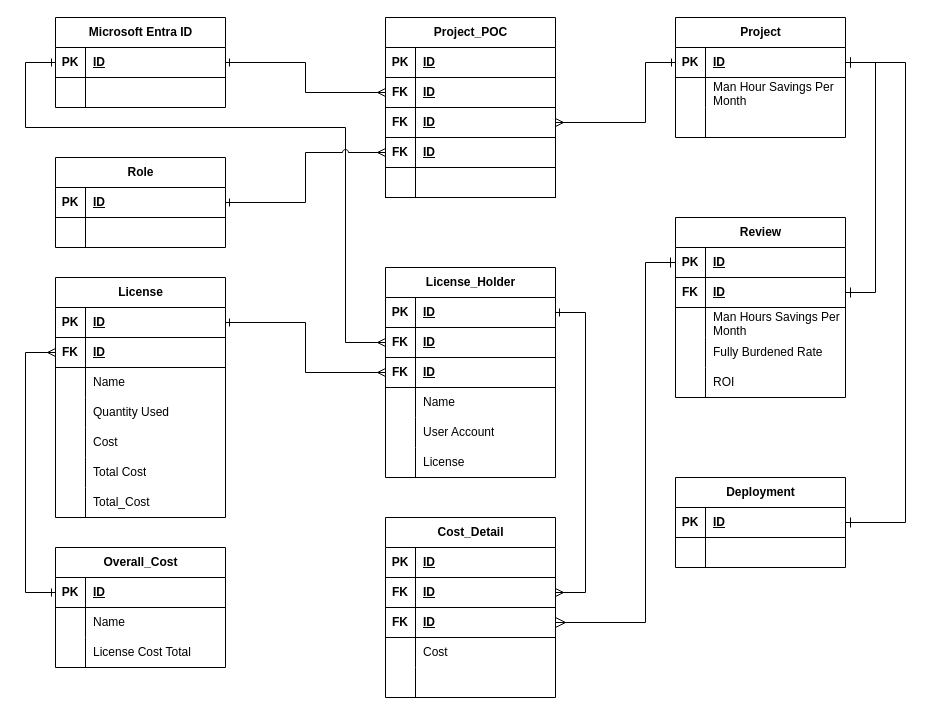
Above: erd-projint-01.drawio in josjreyes/ProjectIntake (draw.io), before the change. Source tidied: cells renumbered, new cells numbered last; positions are measured from the earlier drawing's top-left corner, leaving out a move shared by most shapes. Both pictures are drawn from the tidied source at 100%, with x=0, y=0 at pixel (25, 17).
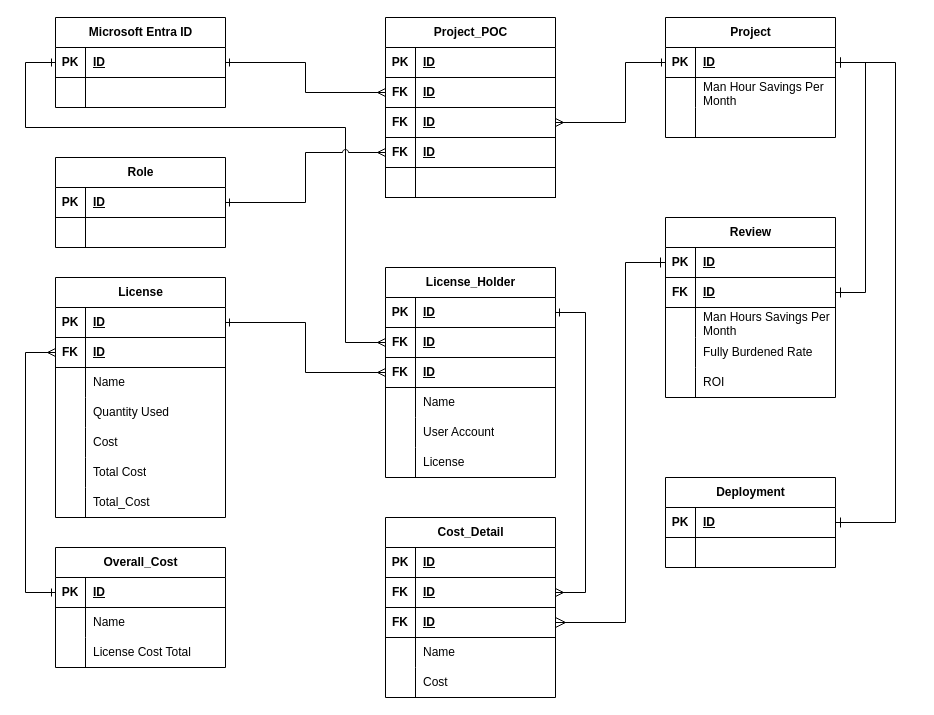
After the change.

The change refers to these unchanged cells:
```xml
<mxCell id="3" style="shape=tableRow;horizontal=0;startSize=0;swimlaneHead=0;swimlaneBody=0;fillColor=none;points=[[0,0.5],[1,0.5]];portConstraint=eastwest;top=0;left=0;right=0;bottom=1;" parent="2" vertex="1">
  <mxGeometry y="30" width="170" height="30" as="geometry" />
</mxCell>
<mxCell id="34" value="Cost_Detail" style="shape=table;startSize=30;childLayout=tableLayout;rowLines=0;fontStyle=1;align=center;html=1;" parent="1" vertex="1">
  <mxGeometry x="360" y="500" width="170" height="180" as="geometry" />
</mxCell>
<mxCell id="41" style="shape=tableRow;horizontal=0;startSize=0;swimlaneHead=0;swimlaneBody=0;fillColor=none;points=[[0,0.5],[1,0.5]];portConstraint=eastwest;top=0;left=0;right=0;bottom=1;" parent="34" vertex="1">
  <mxGeometry y="90" width="170" height="30" as="geometry" />
</mxCell>
<mxCell id="58" style="shape=tableRow;horizontal=0;startSize=0;swimlaneHead=0;swimlaneBody=0;fillColor=none;points=[[0,0.5],[1,0.5]];portConstraint=eastwest;top=0;left=0;right=0;bottom=1;" parent="57" vertex="1">
  <mxGeometry y="30" width="170" height="30" as="geometry" />
</mxCell>
<mxCell id="67" style="shape=tableRow;horizontal=0;startSize=0;swimlaneHead=0;swimlaneBody=0;fillColor=none;points=[[0,0.5],[1,0.5]];portConstraint=eastwest;top=0;left=0;right=0;bottom=1;" parent="66" vertex="1">
  <mxGeometry y="30" width="170" height="30" as="geometry" />
</mxCell>
<mxCell id="70" style="shape=tableRow;horizontal=0;startSize=0;swimlaneHead=0;swimlaneBody=0;fillColor=none;points=[[0,0.5],[1,0.5]];portConstraint=eastwest;top=0;left=0;right=0;bottom=1;" parent="66" vertex="1">
  <mxGeometry y="60" width="170" height="30" as="geometry" />
</mxCell>
<mxCell id="89" style="shape=tableRow;horizontal=0;startSize=0;swimlaneHead=0;swimlaneBody=0;fillColor=none;points=[[0,0.5],[1,0.5]];portConstraint=eastwest;top=0;left=0;right=0;bottom=1;" parent="82" vertex="1">
  <mxGeometry y="90" width="170" height="30" as="geometry" />
</mxCell>
```

Change to the diagram source:
```diff
@@
     <mxCell id="2" value="Project" style="shape=table;startSize=30;childLayout=tableLayout;rowLines=0;fontStyle=1;align=center;html=1;" parent="1" vertex="1">
-      <mxGeometry x="650" width="170" height="120" as="geometry" />
+      <mxGeometry x="640" width="170" height="120" as="geometry" />
     </mxCell>
@@
+    <mxCell id="142" style="shape=tableRow;horizontal=0;startSize=0;swimlaneHead=0;swimlaneBody=0;fillColor=none;top=0;left=0;right=0;bottom=0;" parent="34" vertex="1">
+      <mxGeometry y="120" width="170" height="30" as="geometry" />
+    </mxCell>
+    <mxCell id="48" style="shape=partialRectangle;fillColor=none;top=0;left=0;bottom=0;right=0;overflow=hidden;whiteSpace=wrap;html=1;" parent="142" vertex="1">
+      <mxGeometry width="30" height="30" as="geometry" />
+    </mxCell>
+    <mxCell id="143" value="Name" style="shape=partialRectangle;fillColor=none;top=0;left=0;bottom=0;right=0;align=left;spacingLeft=6;overflow=hidden;whiteSpace=wrap;html=1;" parent="142" vertex="1">
+      <mxGeometry x="30" width="140" height="30" as="geometry" />
+    </mxCell>
     <mxCell id="44" style="shape=tableRow;horizontal=0;startSize=0;swimlaneHead=0;swimlaneBody=0;fillColor=none;top=0;left=0;right=0;bottom=0;" parent="34" vertex="1">
-      <mxGeometry y="120" width="170" height="30" as="geometry" />
+      <mxGeometry y="150" width="170" height="30" as="geometry" />
     </mxCell>
@@
-    <mxCell id="47" style="shape=tableRow;horizontal=0;startSize=0;swimlaneHead=0;swimlaneBody=0;fillColor=none;top=0;left=0;right=0;bottom=0;" parent="34" vertex="1">
-      <mxGeometry y="150" width="170" height="30" as="geometry" />
-    </mxCell>
-    <mxCell id="48" style="shape=partialRectangle;fillColor=none;top=0;left=0;bottom=0;right=0;overflow=hidden;whiteSpace=wrap;html=1;" parent="47" vertex="1">
-      <mxGeometry width="30" height="30" as="geometry" />
-    </mxCell>
-    <mxCell id="49" style="shape=partialRectangle;fillColor=none;top=0;left=0;bottom=0;right=0;align=left;spacingLeft=6;overflow=hidden;whiteSpace=wrap;html=1;" parent="47" vertex="1">
-      <mxGeometry x="30" width="140" height="30" as="geometry" />
-    </mxCell>
@@
     <mxCell id="57" value="Deployment" style="shape=table;startSize=30;childLayout=tableLayout;rowLines=0;fontStyle=1;align=center;html=1;" parent="1" vertex="1">
-      <mxGeometry x="650" y="460" width="170" height="90" as="geometry" />
+      <mxGeometry x="640" y="460" width="170" height="90" as="geometry" />
     </mxCell>
@@
     <mxCell id="66" value="Review" style="shape=table;startSize=30;childLayout=tableLayout;rowLines=0;fontStyle=1;align=center;html=1;" parent="1" vertex="1">
-      <mxGeometry x="650" y="200" width="170" height="180" as="geometry" />
+      <mxGeometry x="640" y="200" width="170" height="180" as="geometry" />
     </mxCell>
@@
     <mxCell id="99" style="edgeStyle=orthogonalEdgeStyle;rounded=0;jettySize=auto;html=1;startArrow=ERone;startFill=0;endArrow=ERmany;endFill=0;shadow=0;entryX=1;entryY=0.5;entryDx=0;entryDy=0;" parent="1" edge="1" source="3" target="89">
       <mxGeometry relative="1" as="geometry">
         <Array as="points">
-          <mxPoint x="620" y="45" />
-          <mxPoint x="620" y="105" />
+          <mxPoint x="600" y="45" />
+          <mxPoint x="600" y="105" />
         </Array>
       </mxGeometry>
     </mxCell>
@@
     <mxCell id="101" style="edgeStyle=orthogonalEdgeStyle;rounded=0;jettySize=auto;html=1;entryX=1;entryY=0.5;entryDx=0;entryDy=0;fontSize=12;startSize=8;endSize=8;exitX=0;exitY=0.5;exitDx=0;exitDy=0;startArrow=ERone;startFill=0;endArrow=ERmany;endFill=0;" parent="1" edge="1" source="67" target="41">
       <mxGeometry relative="1" as="geometry">
         <Array as="points">
-          <mxPoint x="620" y="245" />
-          <mxPoint x="620" y="605" />
+          <mxPoint x="600" y="245" />
+          <mxPoint x="600" y="605" />
         </Array>
       </mxGeometry>
     </mxCell>
@@
     <mxCell id="103" style="edgeStyle=orthogonalEdgeStyle;rounded=0;jettySize=auto;html=1;fontSize=12;startSize=8;endSize=8;entryX=1;entryY=0.5;entryDx=0;entryDy=0;startArrow=ERone;startFill=0;endArrow=ERone;endFill=0;exitX=1;exitY=0.5;exitDx=0;exitDy=0;" parent="1" edge="1" source="3" target="58">
       <mxGeometry relative="1" as="geometry">
         <Array as="points">
-          <mxPoint x="880" y="45" />
-          <mxPoint x="880" y="505" />
+          <mxPoint x="870" y="45" />
+          <mxPoint x="870" y="505" />
         </Array>
       </mxGeometry>
     </mxCell>
@@
     <mxCell id="130" style="edgeStyle=orthogonalEdgeStyle;rounded=0;jettySize=auto;html=1;fontSize=12;startSize=8;endSize=8;entryX=1;entryY=0.5;entryDx=0;entryDy=0;exitX=1;exitY=0.5;exitDx=0;exitDy=0;startArrow=ERone;startFill=0;endArrow=ERone;endFill=0;jumpStyle=arc;" parent="1" edge="1" source="3" target="70">
       <mxGeometry relative="1" as="geometry">
         <Array as="points">
-          <mxPoint x="850" y="45" />
-          <mxPoint x="850" y="275" />
+          <mxPoint x="840" y="45" />
+          <mxPoint x="840" y="275" />
         </Array>
       </mxGeometry>
     </mxCell>
```
